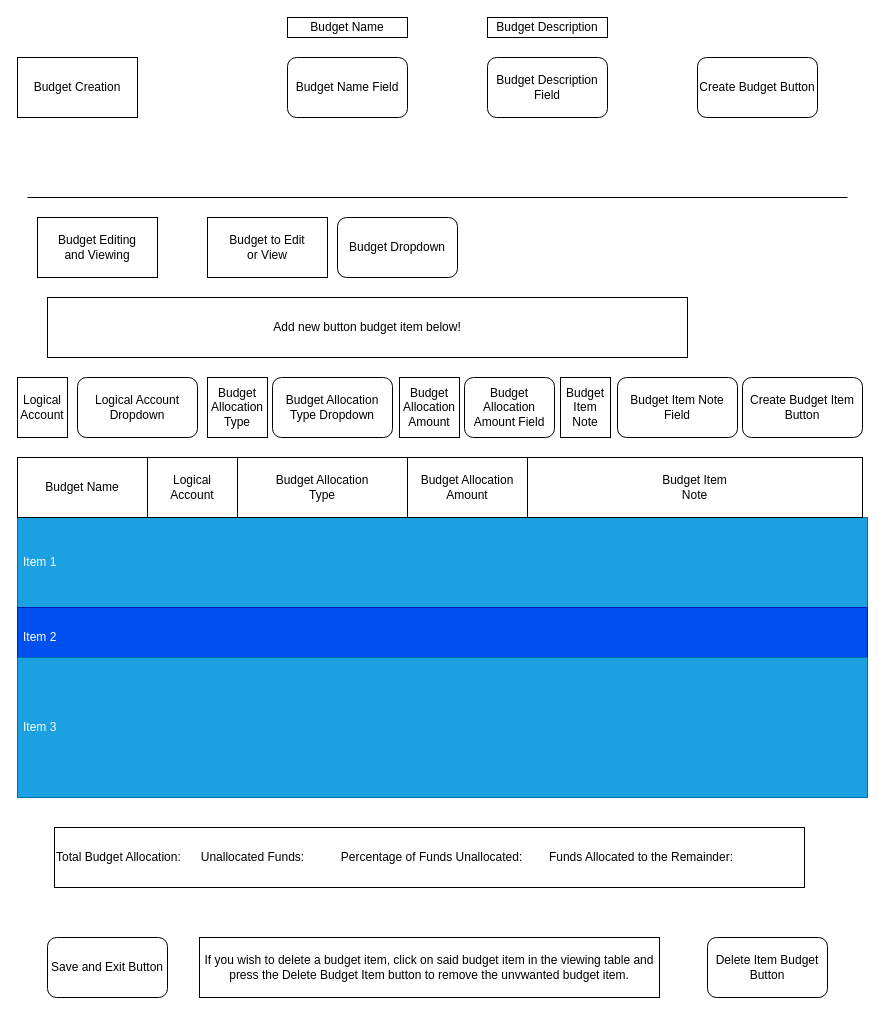
Earlier version of the draw.io diagram page "Budgeting UI Rought Draft" (3 of 3) of Budgeting UI.drawio (Trenton-Gibson/Python-Finance-Project). Source tidied: cells renumbered, new cells numbered last; positions are measured from the earlier drawing's top-left corner, leaving out a move shared by most shapes. Both pictures are drawn from the tidied source at 100%, with x=0, y=0 at pixel (17, 17).
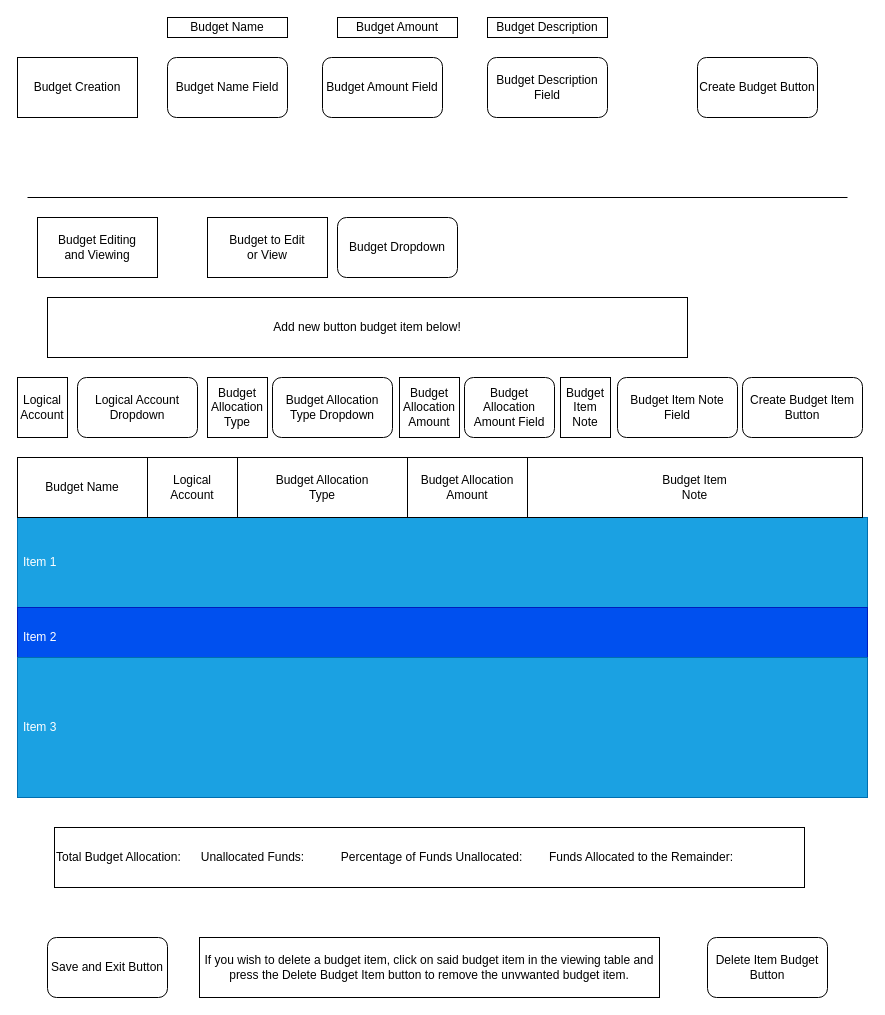
The same page after the edit.

Commit message (it also covers changes not shown here):
Added Budget_Amount to Dtabase and program, need to get heads up info working

Change to the diagram source:
```diff
@@
     <mxCell id="4" value="Budget Name Field" style="rounded=1;whiteSpace=wrap;html=1;" parent="1" vertex="1">
-      <mxGeometry x="270" y="40" width="120" height="60" as="geometry" />
+      <mxGeometry x="150" y="40" width="120" height="60" as="geometry" />
     </mxCell>
@@
     <mxCell id="19" value="Budget Name" style="rounded=0;whiteSpace=wrap;html=1;" parent="1" vertex="1">
-      <mxGeometry x="270" width="120" height="20" as="geometry" />
+      <mxGeometry x="150" width="120" height="20" as="geometry" />
     </mxCell>
@@
+    <mxCell id="34" value="Budget Amount Field" style="rounded=1;whiteSpace=wrap;html=1;" parent="1" vertex="1">
+      <mxGeometry x="305" y="40" width="120" height="60" as="geometry" />
+    </mxCell>
+    <mxCell id="35" value="Budget Amount" style="rounded=0;whiteSpace=wrap;html=1;" parent="1" vertex="1">
+      <mxGeometry x="320" width="120" height="20" as="geometry" />
+    </mxCell>
```
